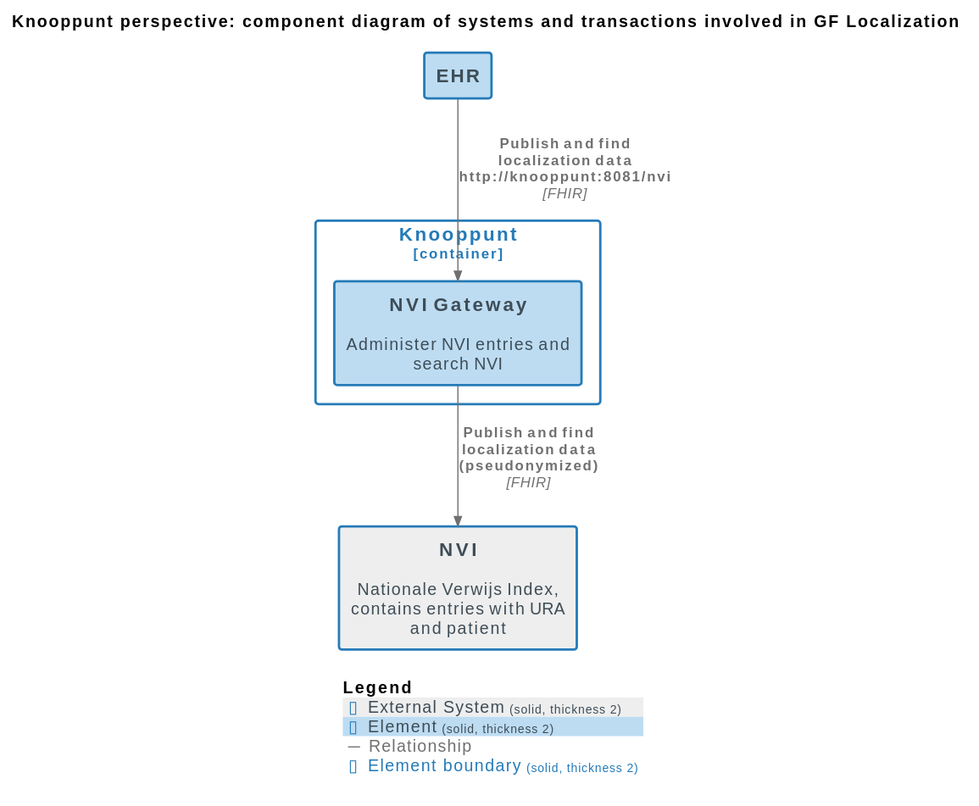
The PlantUML diagram docs/images/structurizr-GF_Localization_ComponentDiagram.svg in nuts-foundation/nuts-knooppunt, before a commit.
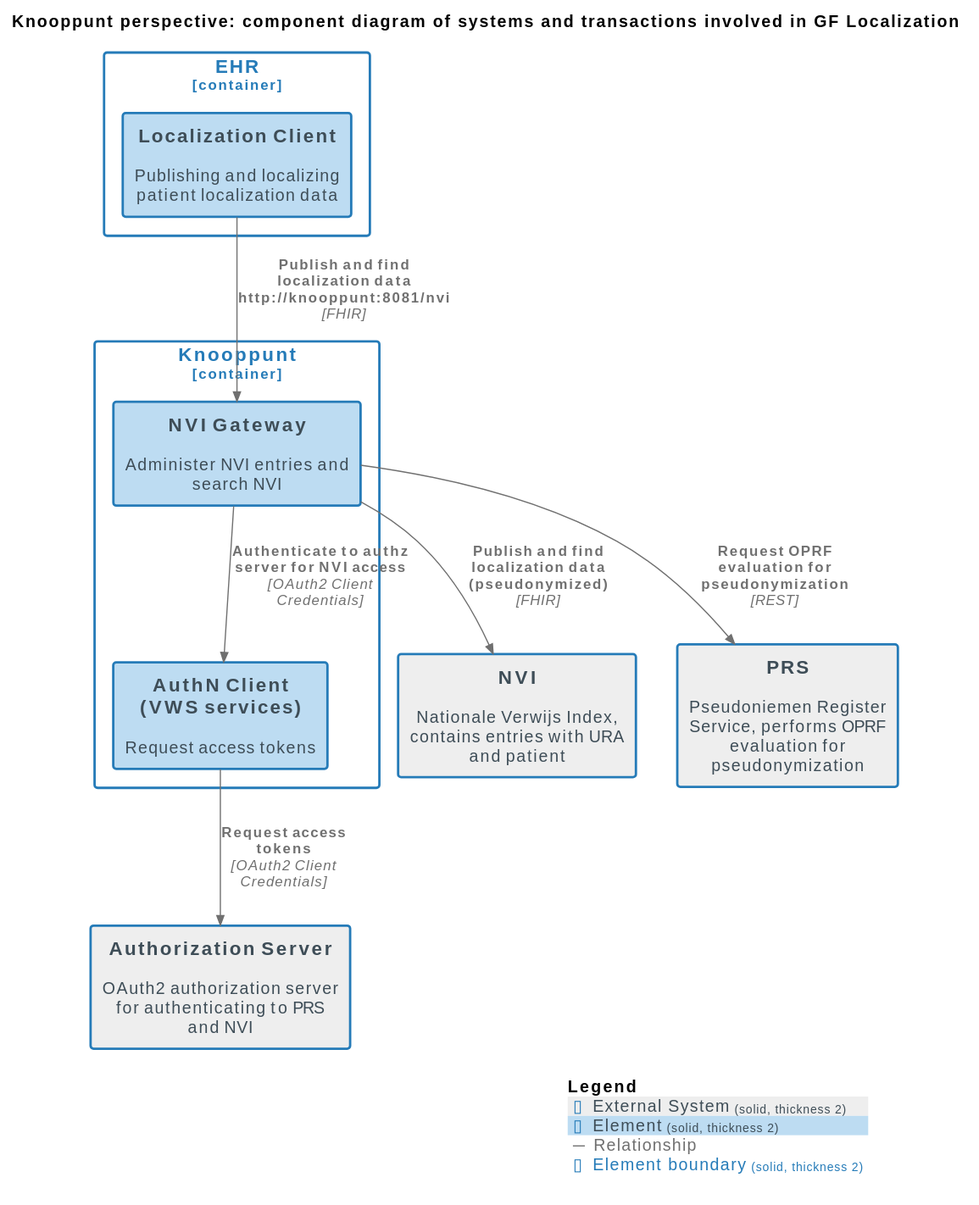
After the change.

The edit, as a diff of the source:
```diff
@@ -6,7 +6,6 @@
 
 !include <C4/C4>
 !include <C4/C4_Context>
-!include <C4/C4_Container>
 !include <C4/C4_Component>
 
 AddElementTag("External System", $bgColor="#eeeeee", $borderColor="#257bb8", $fontColor="#3e4d57", $sprite="", $shadowing="", $borderStyle="solid", $borderThickness="2")
@@ -17,13 +16,22 @@
 AddBoundaryTag("Element", $bgColor="#ffffff", $borderColor="#257bb8", $fontColor="#257bb8", $shadowing="", $borderStyle="solid", $borderThickness="2")
 
 System(NVI, "NVI", $descr="Nationale Verwijs Index, contains entries with URA and patient", $tags="External System", $link="")
-Container(XIS.EHR, "EHR", $techn="", $descr="", $tags="Element", $link="")
+System(PRS, "PRS", $descr="Pseudoniemen Register Service, performs OPRF evaluation for pseudonymization", $tags="External System", $link="")
+System(AuthorizationServer, "Authorization Server", $descr="OAuth2 authorization server for authenticating to PRS and NVI", $tags="External System", $link="")
+
+Container_Boundary("XIS.EHR_boundary", "EHR", $tags="Element") {
+  Component(XIS.EHR.LocalizationClient, "Localization Client", $techn="", $descr="Publishing and localizing patient localization data", $tags="Element", $link="")
+}
 
 Container_Boundary("XIS.Knooppunt_boundary", "Knooppunt", $tags="Element") {
   Component(XIS.Knooppunt.NVIGateway, "NVI Gateway", $techn="", $descr="Administer NVI entries and search NVI", $tags="Element", $link="")
+  Component(XIS.Knooppunt.AuthNClientVWSservices, "AuthN Client\n(VWS services)", $techn="", $descr="Request access tokens", $tags="Element", $link="")
 }
 
-Rel(XIS.EHR, XIS.Knooppunt.NVIGateway, "Publish and find localization data\nhttp://knooppunt:8081/nvi", $techn="FHIR", $tags="Relationship", $link="")
+Rel(XIS.EHR.LocalizationClient, XIS.Knooppunt.NVIGateway, "Publish and find localization data\nhttp://knooppunt:8081/nvi", $techn="FHIR", $tags="Relationship", $link="")
+Rel(XIS.Knooppunt.NVIGateway, XIS.Knooppunt.AuthNClientVWSservices, "Authenticate to authz server for NVI access", $techn="OAuth2 Client Credentials", $tags="Relationship", $link="")
+Rel(XIS.Knooppunt.AuthNClientVWSservices, AuthorizationServer, "Request access tokens", $techn="OAuth2 Client Credentials", $tags="Relationship", $link="")
+Rel(XIS.Knooppunt.NVIGateway, PRS, "Request OPRF evaluation for pseudonymization", $techn="REST", $tags="Relationship", $link="")
 Rel(XIS.Knooppunt.NVIGateway, NVI, "Publish and find localization data\n(pseudonymized)", $techn="FHIR", $tags="Relationship", $link="")
 
 SHOW_LEGEND(true)
```
